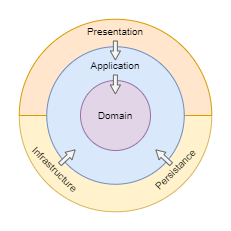
Earlier version of the draw.io export planning/architecture/layers.drawio.png (Humteria/booking-hive). Source tidied: cells renumbered, new cells last; positions are measured from the earlier drawing's top-left corner, leaving out a move shared by most shapes. Its diagram source:
```xml
<mxGraphModel>
  <root>
    <mxCell id="0" />
    <mxCell id="1" parent="0" />
    <mxCell id="2" style="whiteSpace=wrap;html=1;fontSize=10;strokeColor=none;" parent="1" vertex="1">
      <mxGeometry width="230" height="230" as="geometry" />
    </mxCell>
    <mxCell id="3" style="verticalLabelPosition=bottom;verticalAlign=top;html=1;shape=mxgraph.basic.half_circle;fillColor=#fff2cc;strokeColor=#d6b656;rotation=0;" parent="1" vertex="1">
      <mxGeometry x="18.7" y="115" width="192.5" height="96.3" as="geometry" />
    </mxCell>
    <mxCell id="4" style="verticalLabelPosition=bottom;verticalAlign=top;html=1;shape=mxgraph.basic.half_circle;fillColor=#ffe6cc;strokeColor=#d79b00;rotation=-180;" parent="1" vertex="1">
      <mxGeometry x="18.7" y="18.7" width="192.5" height="96.3" as="geometry" />
    </mxCell>
    <mxCell id="5" style="ellipse;whiteSpace=wrap;html=1;fillColor=#dae8fc;strokeColor=#6c8ebf;" parent="1" vertex="1">
      <mxGeometry x="46.2" y="46.2" width="137.5" height="137.5" as="geometry" />
    </mxCell>
    <mxCell id="6" value="Domain" style="ellipse;whiteSpace=wrap;html=1;fillColor=#e1d5e7;strokeColor=#9673a6;fontSize=10;" parent="1" vertex="1">
      <mxGeometry x="80" y="80" width="70" height="70" as="geometry" />
    </mxCell>
    <mxCell id="7" value="Application" style="text;html=1;strokeColor=none;fillColor=none;align=center;verticalAlign=middle;whiteSpace=wrap;rounded=0;fontSize=10;" parent="1" vertex="1">
      <mxGeometry x="85" y="50" width="60" height="30" as="geometry" />
    </mxCell>
    <mxCell id="8" style="shape=flexArrow;endArrow=classic;html=1;fillColor=#f5f5f5;strokeColor=#666666;endWidth=5.116279069767442;endSize=2.681395348837209;width=4;" parent="1" edge="1">
      <mxGeometry relative="1" as="geometry">
        <mxPoint x="114.9" y="74" as="sourcePoint" />
        <mxPoint x="114.9" y="94" as="targetPoint" />
      </mxGeometry>
    </mxCell>
    <mxCell id="9" style="shape=flexArrow;endArrow=classic;html=1;fillColor=#f5f5f5;strokeColor=#666666;endWidth=5.116279069767442;endSize=2.681395348837209;width=4;" parent="1" edge="1">
      <mxGeometry relative="1" as="geometry">
        <mxPoint x="114.9" y="40" as="sourcePoint" />
        <mxPoint x="114.9" y="60" as="targetPoint" />
      </mxGeometry>
    </mxCell>
    <mxCell id="10" value="Presentation" style="text;html=1;strokeColor=none;fillColor=none;align=center;verticalAlign=middle;whiteSpace=wrap;rounded=0;fontSize=10;" parent="1" vertex="1">
      <mxGeometry x="85" y="16.2" width="60" height="30" as="geometry" />
    </mxCell>
    <mxCell id="11" value="Persistance" style="text;html=1;strokeColor=none;fillColor=none;align=center;verticalAlign=middle;whiteSpace=wrap;rounded=0;fontSize=10;rotation=-45;" parent="1" vertex="1">
      <mxGeometry x="145" y="153.8" width="60" height="30" as="geometry" />
    </mxCell>
    <mxCell id="12" value="Infrastructure" style="text;html=1;strokeColor=none;fillColor=none;align=center;verticalAlign=middle;whiteSpace=wrap;rounded=0;fontSize=10;rotation=45;" parent="1" vertex="1">
      <mxGeometry x="25" y="153.8" width="60" height="30" as="geometry" />
    </mxCell>
    <mxCell id="13" style="shape=flexArrow;endArrow=classic;html=1;fillColor=#f5f5f5;strokeColor=#666666;endWidth=5.116279069767442;endSize=2.681395348837209;width=4;" parent="1" edge="1">
      <mxGeometry relative="1" as="geometry">
        <mxPoint x="59" y="164" as="sourcePoint" />
        <mxPoint x="75" y="149" as="targetPoint" />
      </mxGeometry>
    </mxCell>
    <mxCell id="14" style="shape=flexArrow;endArrow=classic;html=1;fillColor=#f5f5f5;strokeColor=#666666;endWidth=5.116279069767442;endSize=2.681395348837209;width=4;" parent="1" edge="1">
      <mxGeometry relative="1" as="geometry">
        <mxPoint x="171" y="164" as="sourcePoint" />
        <mxPoint x="155" y="149" as="targetPoint" />
      </mxGeometry>
    </mxCell>
  </root>
</mxGraphModel>
```
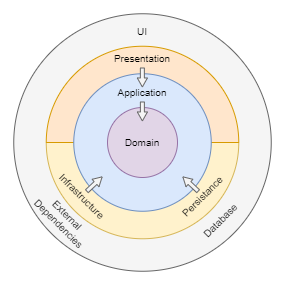
Later version of the same file.

Commit message:
Add outter layer for external stuff

What changed in the source:
```diff
@@ -3,8 +3,11 @@
     <mxCell id="0" />
     <mxCell id="1" parent="0" />
     <mxCell id="2" style="whiteSpace=wrap;html=1;fontSize=10;strokeColor=none;" parent="1" vertex="1">
-      <mxGeometry width="230" height="230" as="geometry" />
+      <mxGeometry x="-26.5" y="-26.5" width="283" height="283" as="geometry" />
     </mxCell>
+    <mxCell id="15" style="ellipse;whiteSpace=wrap;html=1;fillColor=#f5f5f5;strokeColor=#666666;fontColor=#333333;" parent="1" vertex="1">
+      <mxGeometry x="-13.8" y="-13.8" width="257.5" height="257.5" as="geometry" />
+    </mxCell>
     <mxCell id="3" style="verticalLabelPosition=bottom;verticalAlign=top;html=1;shape=mxgraph.basic.half_circle;fillColor=#fff2cc;strokeColor=#d6b656;rotation=0;" parent="1" vertex="1">
       <mxGeometry x="18.7" y="115" width="192.5" height="96.3" as="geometry" />
     </mxCell>
@@ -53,5 +56,14 @@
         <mxPoint x="155" y="149" as="targetPoint" />
       </mxGeometry>
     </mxCell>
+    <mxCell id="16" value="Database" style="text;html=1;strokeColor=none;fillColor=none;align=center;verticalAlign=middle;whiteSpace=wrap;rounded=0;fontSize=10;rotation=-45;" parent="1" vertex="1">
+      <mxGeometry x="163" y="178" width="60" height="30" as="geometry" />
+    </mxCell>
+    <mxCell id="17" value="External Dependencies" style="text;html=1;strokeColor=none;fillColor=none;align=center;verticalAlign=middle;whiteSpace=wrap;rounded=0;fontSize=10;rotation=45;" parent="1" vertex="1">
+      <mxGeometry x="6" y="177" width="60" height="30" as="geometry" />
+    </mxCell>
+    <mxCell id="18" value="UI" style="text;html=1;strokeColor=none;fillColor=none;align=center;verticalAlign=middle;whiteSpace=wrap;rounded=0;fontSize=10;" parent="1" vertex="1">
+      <mxGeometry x="85" y="-11.3" width="60" height="30" as="geometry" />
+    </mxCell>
   </root>
 </mxGraphModel>
```
